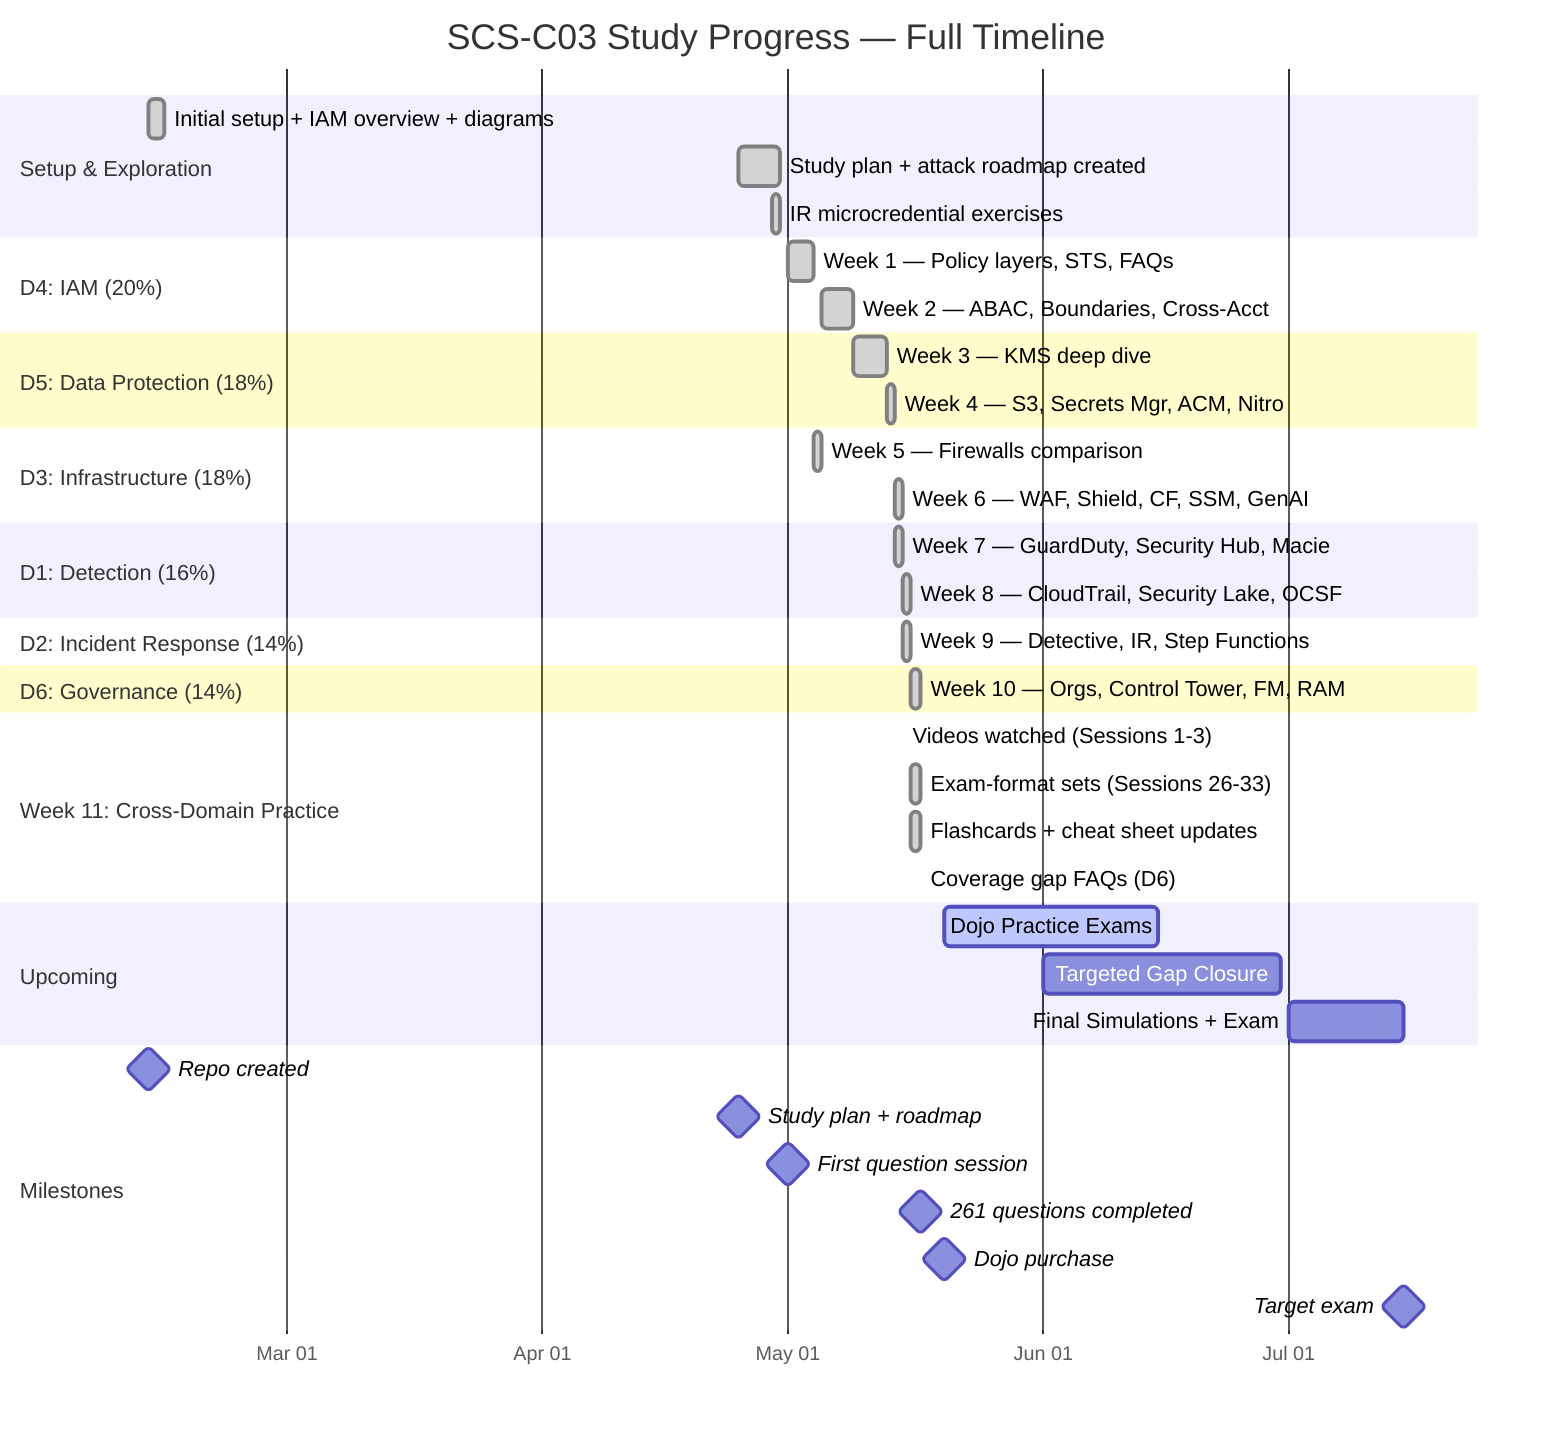
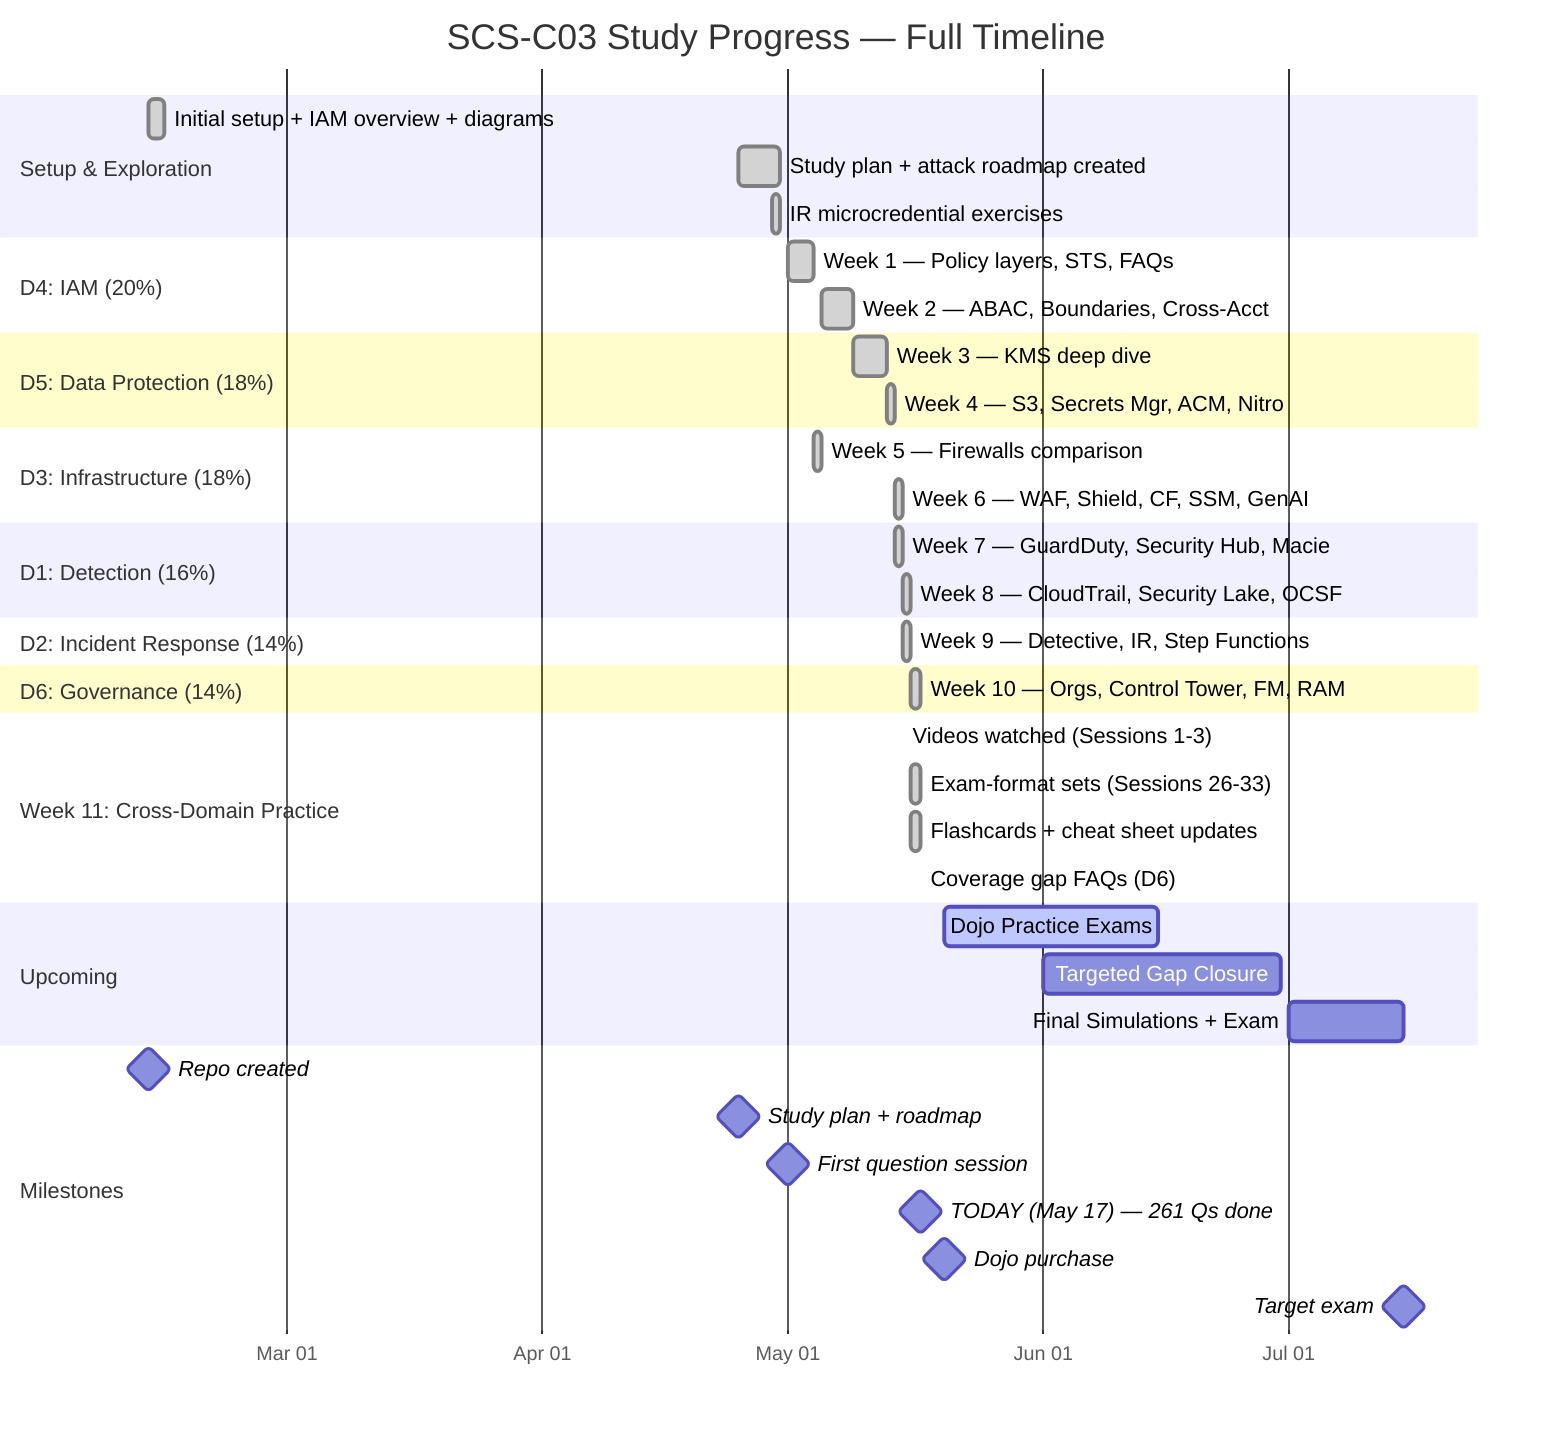
gantt
    title SCS-C03 Study Progress — Full Timeline
    dateFormat YYYY-MM-DD
    axisFormat %b %d

    section Setup & Exploration
    Initial setup + IAM overview + diagrams  :done, setup, 2026-02-12, 2026-02-14
    Study plan + attack roadmap created      :done, plan, 2026-04-25, 2026-04-30
    IR microcredential exercises             :done, ir_micro, 2026-04-29, 2026-04-30

    section D4: IAM (20%)
    Week 1 — Policy layers, STS, FAQs        :done, w1, 2026-05-01, 2026-05-04
    Week 2 — ABAC, Boundaries, Cross-Acct    :done, w2, 2026-05-05, 2026-05-09

    section D5: Data Protection (18%)
    Week 3 — KMS deep dive                   :done, w3, 2026-05-09, 2026-05-13
    Week 4 — S3, Secrets Mgr, ACM, Nitro     :done, w4, 2026-05-13, 2026-05-14

    section D3: Infrastructure (18%)
    Week 5 — Firewalls comparison            :done, w5, 2026-05-04, 2026-05-05
    Week 6 — WAF, Shield, CF, SSM, GenAI     :done, w6, 2026-05-14, 2026-05-15

    section D1: Detection (16%)
    Week 7 — GuardDuty, Security Hub, Macie  :done, w7, 2026-05-14, 2026-05-15
    Week 8 — CloudTrail, Security Lake, OCSF :done, w8, 2026-05-15, 2026-05-16

    section D2: Incident Response (14%)
    Week 9 — Detective, IR, Step Functions   :done, w9, 2026-05-15, 2026-05-16

    section D6: Governance (14%)
    Week 10 — Orgs, Control Tower, FM, RAM   :done, w10, 2026-05-16, 2026-05-17

    section Week 11: Cross-Domain Practice
    Videos watched (Sessions 1-3)            :done, vid, 2026-05-15, 2026-05-15
    Exam-format sets (Sessions 26-33)        :done, w11a, 2026-05-16, 2026-05-17
    Flashcards + cheat sheet updates         :done, w11b, 2026-05-16, 2026-05-17
    Coverage gap FAQs (D6)                   :done, w11c, 2026-05-17, 2026-05-17

    section Upcoming
    Dojo Practice Exams                      :active, dojo, 2026-05-20, 2026-06-15
    Targeted Gap Closure                     :gaps, 2026-06-01, 2026-06-30
    Final Simulations + Exam                 :exam, 2026-07-01, 2026-07-15

    section Milestones
    Repo created                             :milestone, m0, 2026-02-12, 0d
    Study plan + roadmap                     :milestone, m1, 2026-04-25, 0d
    First question session                   :milestone, m2, 2026-05-01, 0d
-     261 questions completed                  :milestone, m3, 2026-05-17, 0d
+     TODAY (May 17) — 261 Qs done             :milestone, m3, 2026-05-17, 0d
    Dojo purchase                            :milestone, m4, 2026-05-20, 0d
    Target exam                              :milestone, m5, 2026-07-15, 0d
